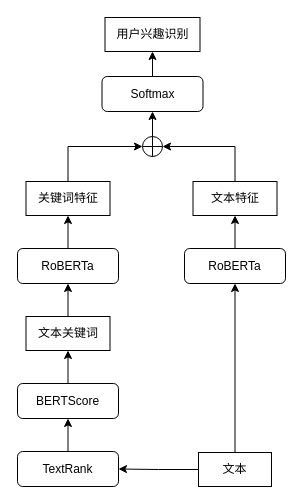
The draw.io diagram 开题/融入关键词的用户兴趣识别技术路线图.drawio in nekomiamia/Draw.io, before the edit. Source tidied: cells renumbered, new cells numbered last; positions are measured from the earlier drawing's top-left corner, leaving out a move shared by most shapes. Both pictures are drawn from the tidied source at 100%, with x=0, y=0 at pixel (17, 17).
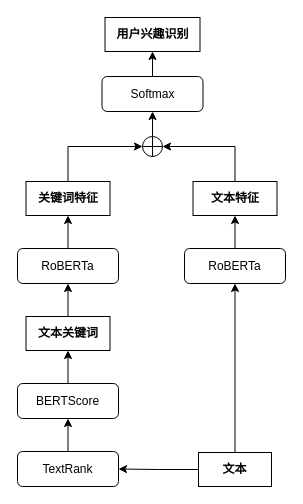
Above is the later version.

Commit message (it also covers changes not shown here):
更新融入关键词的用户兴趣识别技术路线图.drawio

The edit, as a diff of the source:
```diff
@@
-    <mxCell id="4" value="文本" style="rounded=0;whiteSpace=wrap;html=1;fontFamily=宋体;" parent="1" vertex="1">
+    <mxCell id="4" value="文本" style="rounded=0;whiteSpace=wrap;html=1;fontFamily=宋体;fontStyle=1;" parent="1" vertex="1">
       <mxGeometry x="181" y="435" width="73" height="34" as="geometry" />
     </mxCell>
@@
-    <mxCell id="10" value="文本关键词" style="rounded=0;whiteSpace=wrap;html=1;fontFamily=宋体;" parent="1" vertex="1">
+    <mxCell id="10" value="文本关键词" style="rounded=0;whiteSpace=wrap;html=1;fontFamily=宋体;fontStyle=1;" parent="1" vertex="1">
       <mxGeometry x="8.5" y="299" width="84" height="34" as="geometry" />
     </mxCell>
@@
-    <mxCell id="16" value="关键词特征" style="rounded=0;whiteSpace=wrap;html=1;fontFamily=宋体;" parent="1" vertex="1">
+    <mxCell id="16" value="关键词特征" style="rounded=0;whiteSpace=wrap;html=1;fontFamily=宋体;fontStyle=1;" parent="1" vertex="1">
       <mxGeometry x="8.5" y="164" width="84" height="34" as="geometry" />
     </mxCell>
@@
-    <mxCell id="18" value="文本特征" style="rounded=0;whiteSpace=wrap;html=1;fontFamily=宋体;" parent="1" vertex="1">
+    <mxCell id="18" value="文本特征" style="rounded=0;whiteSpace=wrap;html=1;fontFamily=宋体;fontStyle=1;" parent="1" vertex="1">
       <mxGeometry x="175.5" y="164" width="84" height="34" as="geometry" />
     </mxCell>
@@
-    <mxCell id="23" value="用户兴趣识别" style="rounded=0;whiteSpace=wrap;html=1;fontFamily=宋体;" parent="1" vertex="1">
+    <mxCell id="23" value="用户兴趣识别" style="rounded=0;whiteSpace=wrap;html=1;fontFamily=宋体;fontStyle=1;" parent="1" vertex="1">
       <mxGeometry x="87.5" width="95" height="34" as="geometry" />
     </mxCell>
```
